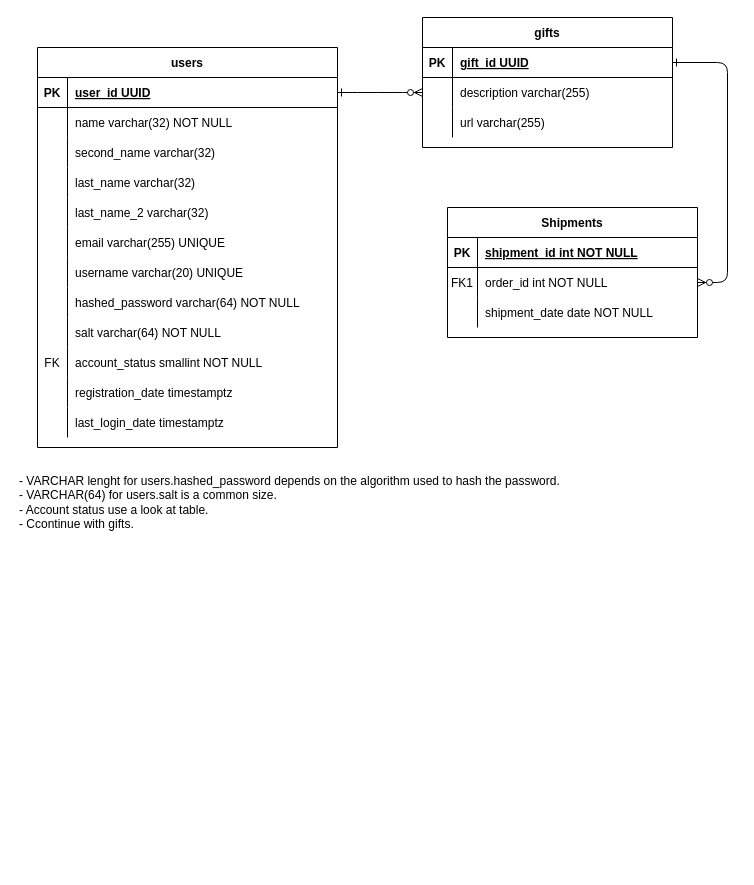
Above: doc/database.drawio in pablomgdev/cachivache2 (draw.io), before the change. Source tidied: cells renumbered, new cells numbered last; positions are measured from the earlier drawing's top-left corner, leaving out a move shared by most shapes. Both pictures are drawn from the tidied source at 100%, with x=0, y=0 at pixel (17, 17).
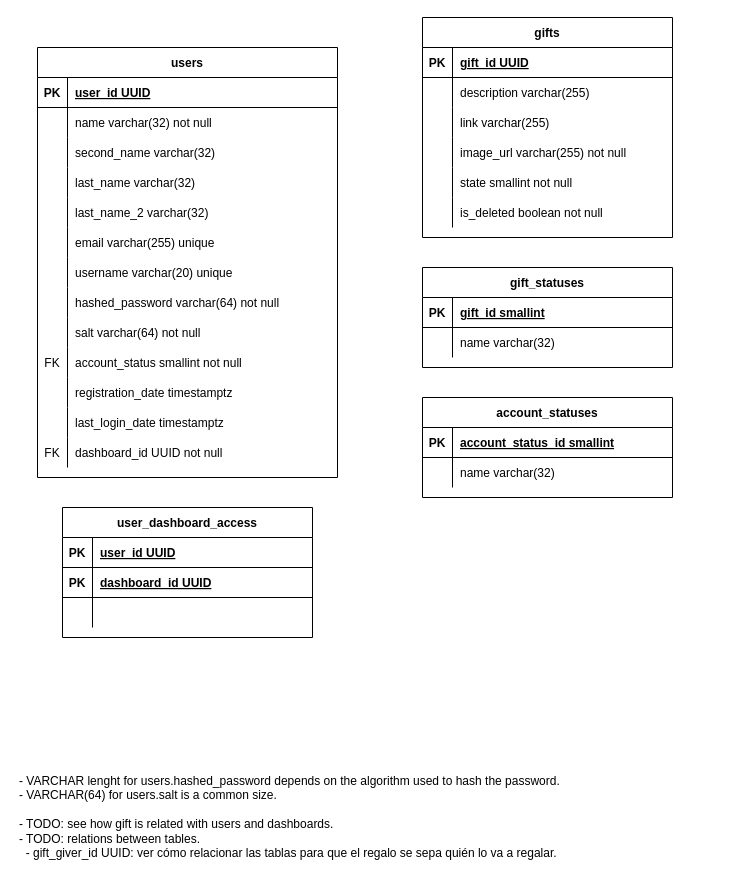
The same page after the edit.

Commit message:
doc: update database diagram

Unchanged cells that the change refers to:
```xml
<mxCell id="5" style="shape=partialRectangle;fillColor=none;points=[[0,0.5],[1,0.5]];portConstraint=eastwest;top=0;left=0;right=0;bottom=1;" parent="4" vertex="1">
  <mxGeometry y="30" width="250" height="30" as="geometry" />
</mxCell>
<mxCell id="8" style="shape=partialRectangle;fillColor=none;points=[[0,0.5],[1,0.5]];portConstraint=eastwest;top=0;left=0;right=0;bottom=0;" parent="4" vertex="1">
  <mxGeometry y="60" width="250" height="30" as="geometry" />
</mxCell>
<mxCell id="11" style="shape=partialRectangle;fillColor=none;top=0;left=0;right=0;bottom=0;" parent="4" vertex="1">
  <mxGeometry y="90" width="250" height="30" as="geometry" />
</mxCell>
<mxCell id="25" style="shape=partialRectangle;fillColor=none;points=[[0,0.5],[1,0.5]];portConstraint=eastwest;top=0;left=0;right=0;bottom=1;" parent="24" vertex="1">
  <mxGeometry y="30" width="300" height="30" as="geometry" />
</mxCell>
<mxCell id="28" style="shape=partialRectangle;fillColor=none;top=0;left=0;right=0;bottom=0;" parent="24" vertex="1">
  <mxGeometry y="60" width="300" height="30" as="geometry" />
</mxCell>
<mxCell id="40" style="shape=partialRectangle;fillColor=none;top=0;left=0;right=0;bottom=0;" parent="24" vertex="1">
  <mxGeometry y="180" width="300" height="30" as="geometry" />
</mxCell>
<mxCell id="43" style="shape=partialRectangle;fillColor=none;top=0;left=0;right=0;bottom=0;" parent="24" vertex="1">
  <mxGeometry y="210" width="300" height="30" as="geometry" />
</mxCell>
<mxCell id="46" style="shape=partialRectangle;fillColor=none;top=0;left=0;right=0;bottom=0;" parent="24" vertex="1">
  <mxGeometry y="240" width="300" height="30" as="geometry" />
</mxCell>
<mxCell id="49" style="shape=partialRectangle;fillColor=none;top=0;left=0;right=0;bottom=0;" parent="24" vertex="1">
  <mxGeometry y="270" width="300" height="30" as="geometry" />
</mxCell>
<mxCell id="52" style="shape=partialRectangle;fillColor=none;top=0;left=0;right=0;bottom=0;" parent="24" vertex="1">
  <mxGeometry y="300" width="300" height="30" as="geometry" />
</mxCell>
```

Change to the diagram source:
```diff
@@
-    <mxCell id="2" style="edgeStyle=entityRelationEdgeStyle;endArrow=ERzeroToMany;startArrow=ERone;endFill=1;startFill=0;" parent="1" edge="1" source="25" target="8">
-      <mxGeometry relative="1" as="geometry" />
-    </mxCell>
-    <mxCell id="3" style="edgeStyle=entityRelationEdgeStyle;endArrow=ERzeroToMany;startArrow=ERone;endFill=1;startFill=0;" parent="1" edge="1" source="5" target="18">
-      <mxGeometry relative="1" as="geometry" />
-    </mxCell>
     <mxCell id="4" value="gifts" style="shape=table;startSize=30;childLayout=tableLayout;rowLines=0;fontStyle=1;align=center;" parent="1" vertex="1">
-      <mxGeometry x="405" width="250" height="130" as="geometry" />
+      <mxGeometry x="405" width="250" height="220" as="geometry" />
     </mxCell>
@@
-    <mxCell id="13" value="url varchar(255)" style="shape=partialRectangle;overflow=hidden;fillColor=none;top=0;left=0;bottom=0;right=0;align=left;spacingLeft=6;" parent="11" vertex="1">
+    <mxCell id="13" value="link varchar(255)" style="shape=partialRectangle;overflow=hidden;fillColor=none;top=0;left=0;bottom=0;right=0;align=left;spacingLeft=6;" parent="11" vertex="1">
       <mxGeometry x="30" width="220" height="30" as="geometry" />
     </mxCell>
-    <mxCell id="14" value="Shipments" style="shape=table;startSize=30;childLayout=tableLayout;rowLines=0;fontStyle=1;align=center;" parent="1" vertex="1">
-      <mxGeometry x="430" y="190" width="250" height="130" as="geometry" />
-    </mxCell>
-    <mxCell id="15" style="shape=partialRectangle;fillColor=none;top=0;left=0;right=0;bottom=1;" parent="14" vertex="1">
-      <mxGeometry y="30" width="250" height="30" as="geometry" />
-    </mxCell>
-    <mxCell id="16" value="PK" style="shape=partialRectangle;overflow=hidden;fillColor=none;top=0;left=0;bottom=0;right=0;fontStyle=1;" parent="15" vertex="1">
-      <mxGeometry width="30" height="30" as="geometry" />
-    </mxCell>
-    <mxCell id="17" value="shipment_id int NOT NULL " style="shape=partialRectangle;overflow=hidden;fillColor=none;top=0;left=0;bottom=0;right=0;align=left;spacingLeft=6;fontStyle=5;" parent="15" vertex="1">
-      <mxGeometry x="30" width="220" height="30" as="geometry" />
-    </mxCell>
-    <mxCell id="18" style="shape=partialRectangle;fillColor=none;points=[[0,0.5],[1,0.5]];portConstraint=eastwest;top=0;left=0;right=0;bottom=0;" parent="14" vertex="1">
-      <mxGeometry y="60" width="250" height="30" as="geometry" />
-    </mxCell>
-    <mxCell id="19" value="FK1" style="shape=partialRectangle;overflow=hidden;fillColor=none;top=0;left=0;bottom=0;right=0;" parent="18" vertex="1">
-      <mxGeometry width="30" height="30" as="geometry" />
-    </mxCell>
-    <mxCell id="20" value="order_id int NOT NULL" style="shape=partialRectangle;overflow=hidden;fillColor=none;top=0;left=0;bottom=0;right=0;align=left;spacingLeft=6;" parent="18" vertex="1">
-      <mxGeometry x="30" width="220" height="30" as="geometry" />
-    </mxCell>
-    <mxCell id="21" style="shape=partialRectangle;fillColor=none;top=0;left=0;right=0;bottom=0;" parent="14" vertex="1">
-      <mxGeometry y="90" width="250" height="30" as="geometry" />
-    </mxCell>
-    <mxCell id="22" style="shape=partialRectangle;overflow=hidden;fillColor=none;top=0;left=0;bottom=0;right=0;" parent="21" vertex="1">
-      <mxGeometry width="30" height="30" as="geometry" />
-    </mxCell>
-    <mxCell id="23" value="shipment_date date NOT NULL" style="shape=partialRectangle;overflow=hidden;fillColor=none;top=0;left=0;bottom=0;right=0;align=left;spacingLeft=6;" parent="21" vertex="1">
-      <mxGeometry x="30" width="220" height="30" as="geometry" />
-    </mxCell>
+    <mxCell id="62" style="shape=partialRectangle;fillColor=none;top=0;left=0;right=0;bottom=0;" parent="4" vertex="1">
+      <mxGeometry y="120" width="250" height="30" as="geometry" />
+    </mxCell>
+    <mxCell id="63" style="shape=partialRectangle;overflow=hidden;fillColor=none;top=0;left=0;bottom=0;right=0;" parent="62" vertex="1">
+      <mxGeometry width="30" height="30" as="geometry" />
+    </mxCell>
+    <mxCell id="64" value="image_url varchar(255) not null" style="shape=partialRectangle;overflow=hidden;fillColor=none;top=0;left=0;bottom=0;right=0;align=left;spacingLeft=6;" parent="62" vertex="1">
+      <mxGeometry x="30" width="220" height="30" as="geometry" />
+    </mxCell>
+    <mxCell id="65" style="shape=partialRectangle;fillColor=none;top=0;left=0;right=0;bottom=0;" parent="4" vertex="1">
+      <mxGeometry y="150" width="250" height="30" as="geometry" />
+    </mxCell>
+    <mxCell id="66" style="shape=partialRectangle;overflow=hidden;fillColor=none;top=0;left=0;bottom=0;right=0;" parent="65" vertex="1">
+      <mxGeometry width="30" height="30" as="geometry" />
+    </mxCell>
+    <mxCell id="67" value="state smallint not null" style="shape=partialRectangle;overflow=hidden;fillColor=none;top=0;left=0;bottom=0;right=0;align=left;spacingLeft=6;" parent="65" vertex="1">
+      <mxGeometry x="30" width="220" height="30" as="geometry" />
+    </mxCell>
+    <mxCell id="68" style="shape=partialRectangle;fillColor=none;top=0;left=0;right=0;bottom=0;" parent="4" vertex="1">
+      <mxGeometry y="180" width="250" height="30" as="geometry" />
+    </mxCell>
+    <mxCell id="69" style="shape=partialRectangle;overflow=hidden;fillColor=none;top=0;left=0;bottom=0;right=0;" parent="68" vertex="1">
+      <mxGeometry width="30" height="30" as="geometry" />
+    </mxCell>
+    <mxCell id="70" value="is_deleted boolean not null" style="shape=partialRectangle;overflow=hidden;fillColor=none;top=0;left=0;bottom=0;right=0;align=left;spacingLeft=6;" parent="68" vertex="1">
+      <mxGeometry x="30" width="220" height="30" as="geometry" />
+    </mxCell>
     <mxCell id="24" value="users" style="shape=table;startSize=30;childLayout=tableLayout;rowLines=0;fontStyle=1;align=center;" parent="1" vertex="1">
-      <mxGeometry x="20" y="30" width="300" height="400" as="geometry" />
+      <mxGeometry x="20" y="30" width="300" height="430" as="geometry" />
     </mxCell>
@@
-    <mxCell id="30" value="name varchar(32) NOT NULL" style="shape=partialRectangle;overflow=hidden;fillColor=none;top=0;left=0;bottom=0;right=0;align=left;spacingLeft=6;" parent="28" vertex="1">
+    <mxCell id="30" value="name varchar(32) not null" style="shape=partialRectangle;overflow=hidden;fillColor=none;top=0;left=0;bottom=0;right=0;align=left;spacingLeft=6;" parent="28" vertex="1">
       <mxGeometry x="30" width="270" height="30" as="geometry" />
     </mxCell>
@@
-    <mxCell id="42" value="email varchar(255) UNIQUE" style="shape=partialRectangle;overflow=hidden;fillColor=none;top=0;left=0;bottom=0;right=0;align=left;spacingLeft=6;" parent="40" vertex="1">
+    <mxCell id="42" value="email varchar(255) unique" style="shape=partialRectangle;overflow=hidden;fillColor=none;top=0;left=0;bottom=0;right=0;align=left;spacingLeft=6;" parent="40" vertex="1">
       <mxGeometry x="30" width="270" height="30" as="geometry" />
     </mxCell>
@@
-    <mxCell id="45" value="username varchar(20) UNIQUE" style="shape=partialRectangle;overflow=hidden;fillColor=none;top=0;left=0;bottom=0;right=0;align=left;spacingLeft=6;" parent="43" vertex="1">
+    <mxCell id="45" value="username varchar(20) unique" style="shape=partialRectangle;overflow=hidden;fillColor=none;top=0;left=0;bottom=0;right=0;align=left;spacingLeft=6;" parent="43" vertex="1">
       <mxGeometry x="30" width="270" height="30" as="geometry" />
     </mxCell>
@@
-    <mxCell id="48" value="hashed_password varchar(64) NOT NULL" style="shape=partialRectangle;overflow=hidden;fillColor=none;top=0;left=0;bottom=0;right=0;align=left;spacingLeft=6;" parent="46" vertex="1">
+    <mxCell id="48" value="hashed_password varchar(64) not null" style="shape=partialRectangle;overflow=hidden;fillColor=none;top=0;left=0;bottom=0;right=0;align=left;spacingLeft=6;" parent="46" vertex="1">
       <mxGeometry x="30" width="270" height="30" as="geometry" />
     </mxCell>
@@
-    <mxCell id="51" value="salt varchar(64) NOT NULL" style="shape=partialRectangle;overflow=hidden;fillColor=none;top=0;left=0;bottom=0;right=0;align=left;spacingLeft=6;" parent="49" vertex="1">
+    <mxCell id="51" value="salt varchar(64) not null" style="shape=partialRectangle;overflow=hidden;fillColor=none;top=0;left=0;bottom=0;right=0;align=left;spacingLeft=6;" parent="49" vertex="1">
       <mxGeometry x="30" width="270" height="30" as="geometry" />
     </mxCell>
@@
-    <mxCell id="54" value="account_status smallint NOT NULL" style="shape=partialRectangle;overflow=hidden;fillColor=none;top=0;left=0;bottom=0;right=0;align=left;spacingLeft=6;" parent="52" vertex="1">
+    <mxCell id="54" value="account_status smallint not null" style="shape=partialRectangle;overflow=hidden;fillColor=none;top=0;left=0;bottom=0;right=0;align=left;spacingLeft=6;" parent="52" vertex="1">
       <mxGeometry x="30" width="270" height="30" as="geometry" />
     </mxCell>
@@
+    <mxCell id="71" style="shape=partialRectangle;fillColor=none;top=0;left=0;right=0;bottom=0;" parent="24" vertex="1">
+      <mxGeometry y="390" width="300" height="30" as="geometry" />
+    </mxCell>
+    <mxCell id="72" value="FK" style="shape=partialRectangle;overflow=hidden;fillColor=none;top=0;left=0;bottom=0;right=0;" parent="71" vertex="1">
+      <mxGeometry width="30" height="30" as="geometry" />
+    </mxCell>
+    <mxCell id="73" value="dashboard_id UUID not null" style="shape=partialRectangle;overflow=hidden;fillColor=none;top=0;left=0;bottom=0;right=0;align=left;spacingLeft=6;" parent="71" vertex="1">
+      <mxGeometry x="30" width="270" height="30" as="geometry" />
+    </mxCell>
-    <mxCell id="61" value="- VARCHAR lenght for users.hashed_password depends on the algorithm used to hash the password.&lt;br&gt;- VARCHAR(64) for users.salt is a common size.&lt;br&gt;- Account status use a look at table.&lt;br style=&quot;border-color: var(--border-color);&quot;&gt;- Ccontinue with gifts." style="text;html=1;align=left;verticalAlign=top;strokeColor=none;fillColor=none;" parent="1" vertex="1">
-      <mxGeometry y="450" width="560" height="70" as="geometry" />
+    <mxCell id="61" value="- VARCHAR lenght for users.hashed_password depends on the algorithm used to hash the password.&lt;br&gt;- VARCHAR(64) for users.salt is a common size.&lt;br&gt;&lt;br&gt;- TODO: see how gift is related with users and dashboards.&lt;br style=&quot;border-color: var(--border-color);&quot;&gt;- TODO: relations between tables.&lt;br&gt;&amp;nbsp; - gift_giver_id UUID: ver cómo relacionar las tablas para que el regalo se sepa quién lo va a regalar." style="text;html=1;align=left;verticalAlign=top;strokeColor=none;fillColor=none;" parent="1" vertex="1">
+      <mxGeometry y="750" width="560" height="100" as="geometry" />
     </mxCell>
+    <mxCell id="74" value="user_dashboard_access" style="shape=table;startSize=30;childLayout=tableLayout;rowLines=0;fontStyle=1;align=center;" parent="1" vertex="1">
+      <mxGeometry x="45" y="490" width="250" height="130" as="geometry" />
+    </mxCell>
+    <mxCell id="75" style="shape=partialRectangle;fillColor=none;top=0;left=0;right=0;bottom=1;" parent="74" vertex="1">
+      <mxGeometry y="30" width="250" height="30" as="geometry" />
+    </mxCell>
+    <mxCell id="76" value="PK" style="shape=partialRectangle;overflow=hidden;fillColor=none;top=0;left=0;bottom=0;right=0;fontStyle=1;" parent="75" vertex="1">
+      <mxGeometry width="30" height="30" as="geometry" />
+    </mxCell>
+    <mxCell id="77" value="user_id UUID" style="shape=partialRectangle;overflow=hidden;fillColor=none;top=0;left=0;bottom=0;right=0;align=left;spacingLeft=6;fontStyle=5;" parent="75" vertex="1">
+      <mxGeometry x="30" width="220" height="30" as="geometry" />
+    </mxCell>
+    <mxCell id="78" style="shape=partialRectangle;fillColor=none;top=0;left=0;right=0;bottom=1;" parent="74" vertex="1">
+      <mxGeometry y="60" width="250" height="30" as="geometry" />
+    </mxCell>
+    <mxCell id="79" value="PK" style="shape=partialRectangle;overflow=hidden;fillColor=none;top=0;left=0;bottom=0;right=0;fontStyle=1;" parent="78" vertex="1">
+      <mxGeometry width="30" height="30" as="geometry" />
+    </mxCell>
+    <mxCell id="80" value="dashboard_id UUID" style="shape=partialRectangle;overflow=hidden;fillColor=none;top=0;left=0;bottom=0;right=0;align=left;spacingLeft=6;fontStyle=5;" parent="78" vertex="1">
+      <mxGeometry x="30" width="220" height="30" as="geometry" />
+    </mxCell>
+    <mxCell id="21" style="shape=partialRectangle;fillColor=none;top=0;left=0;right=0;bottom=0;" parent="74" vertex="1">
+      <mxGeometry y="90" width="250" height="30" as="geometry" />
+    </mxCell>
+    <mxCell id="81" style="shape=partialRectangle;overflow=hidden;fillColor=none;top=0;left=0;bottom=0;right=0;" parent="21" vertex="1">
+      <mxGeometry width="30" height="30" as="geometry" />
+    </mxCell>
+    <mxCell id="82" style="shape=partialRectangle;overflow=hidden;fillColor=none;top=0;left=0;bottom=0;right=0;align=left;spacingLeft=6;" parent="21" vertex="1">
+      <mxGeometry x="30" width="220" height="30" as="geometry" />
+    </mxCell>
+    <mxCell id="83" value="gift_statuses" style="shape=table;startSize=30;childLayout=tableLayout;rowLines=0;fontStyle=1;align=center;" parent="1" vertex="1">
+      <mxGeometry x="405" y="250" width="250" height="100" as="geometry" />
+    </mxCell>
+    <mxCell id="84" style="shape=partialRectangle;fillColor=none;top=0;left=0;right=0;bottom=1;" parent="83" vertex="1">
+      <mxGeometry y="30" width="250" height="30" as="geometry" />
+    </mxCell>
+    <mxCell id="85" value="PK" style="shape=partialRectangle;overflow=hidden;fillColor=none;top=0;left=0;bottom=0;right=0;fontStyle=1;" parent="84" vertex="1">
+      <mxGeometry width="30" height="30" as="geometry" />
+    </mxCell>
+    <mxCell id="86" value="gift_id smallint" style="shape=partialRectangle;overflow=hidden;fillColor=none;top=0;left=0;bottom=0;right=0;align=left;spacingLeft=6;fontStyle=5;" parent="84" vertex="1">
+      <mxGeometry x="30" width="220" height="30" as="geometry" />
+    </mxCell>
+    <mxCell id="87" style="shape=partialRectangle;fillColor=none;top=0;left=0;right=0;bottom=0;" parent="83" vertex="1">
+      <mxGeometry y="60" width="250" height="30" as="geometry" />
+    </mxCell>
+    <mxCell id="88" style="shape=partialRectangle;overflow=hidden;fillColor=none;top=0;left=0;bottom=0;right=0;" parent="87" vertex="1">
+      <mxGeometry width="30" height="30" as="geometry" />
+    </mxCell>
+    <mxCell id="89" value="name varchar(32)" style="shape=partialRectangle;overflow=hidden;fillColor=none;top=0;left=0;bottom=0;right=0;align=left;spacingLeft=6;" parent="87" vertex="1">
+      <mxGeometry x="30" width="220" height="30" as="geometry" />
+    </mxCell>
+    <mxCell id="90" value="account_statuses" style="shape=table;startSize=30;childLayout=tableLayout;rowLines=0;fontStyle=1;align=center;" parent="1" vertex="1">
+      <mxGeometry x="405" y="380" width="250" height="100" as="geometry" />
+    </mxCell>
+    <mxCell id="91" style="shape=partialRectangle;fillColor=none;top=0;left=0;right=0;bottom=1;" parent="90" vertex="1">
+      <mxGeometry y="30" width="250" height="30" as="geometry" />
+    </mxCell>
+    <mxCell id="92" value="PK" style="shape=partialRectangle;overflow=hidden;fillColor=none;top=0;left=0;bottom=0;right=0;fontStyle=1;" parent="91" vertex="1">
+      <mxGeometry width="30" height="30" as="geometry" />
+    </mxCell>
+    <mxCell id="93" value="account_status_id smallint" style="shape=partialRectangle;overflow=hidden;fillColor=none;top=0;left=0;bottom=0;right=0;align=left;spacingLeft=6;fontStyle=5;" parent="91" vertex="1">
+      <mxGeometry x="30" width="220" height="30" as="geometry" />
+    </mxCell>
+    <mxCell id="94" style="shape=partialRectangle;fillColor=none;top=0;left=0;right=0;bottom=0;" parent="90" vertex="1">
+      <mxGeometry y="60" width="250" height="30" as="geometry" />
+    </mxCell>
+    <mxCell id="95" style="shape=partialRectangle;overflow=hidden;fillColor=none;top=0;left=0;bottom=0;right=0;" parent="94" vertex="1">
+      <mxGeometry width="30" height="30" as="geometry" />
+    </mxCell>
+    <mxCell id="96" value="name varchar(32)" style="shape=partialRectangle;overflow=hidden;fillColor=none;top=0;left=0;bottom=0;right=0;align=left;spacingLeft=6;" parent="94" vertex="1">
+      <mxGeometry x="30" width="220" height="30" as="geometry" />
+    </mxCell>
```
